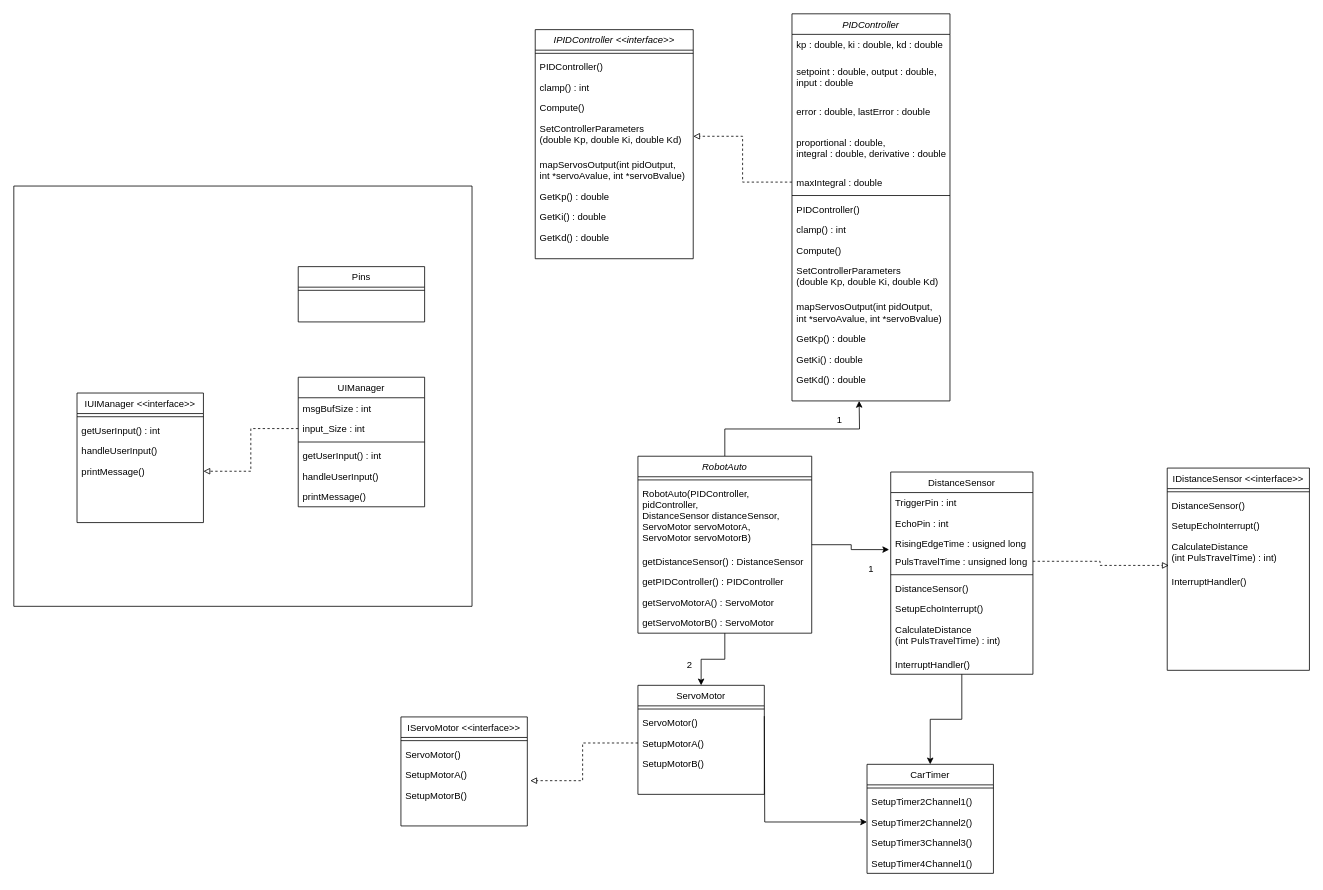
Above: Embedded systems/Closed loop challenge/Closed Loop abstractielaag klassendiagram.drawio in TiemonS/Tiemon-Steeghs-Semester-3-Repository (draw.io), before the change. Source tidied: cells renumbered, new cells numbered last; positions are measured from the earlier drawing's top-left corner, leaving out a move shared by most shapes. Both pictures are drawn from the tidied source at 79%, with x=0, y=0 at pixel (13, 13).
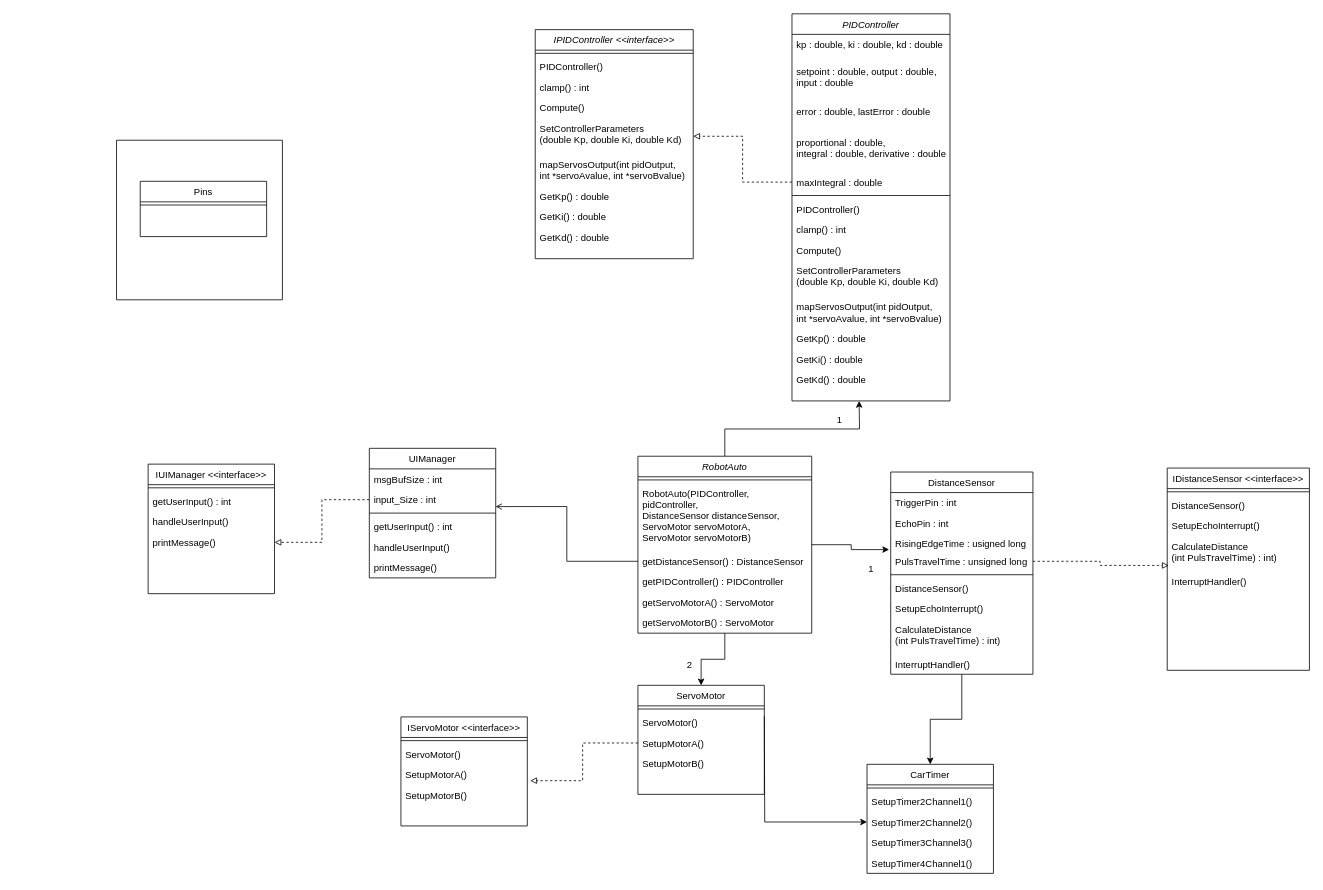
Above is the later version.

Unchanged cells that the change refers to:
```xml
<mxCell id="42" value="input_Size : int" style="text;align=left;verticalAlign=top;spacingLeft=4;spacingRight=4;overflow=hidden;points=[[0,0.5],[1,0.5]];portConstraint=eastwest;rounded=0;shadow=0;html=0;" parent="40" vertex="1">
  <mxGeometry y="52" width="160" height="26" as="geometry" />
</mxCell>
<mxCell id="54" value="getDistanceSensor() : DistanceSensor" style="text;align=left;verticalAlign=top;spacingLeft=4;spacingRight=4;overflow=hidden;points=[[0,0.5],[1,0.5]];portConstraint=eastwest;fontStyle=0;" parent="51" vertex="1">
  <mxGeometry y="120" width="220" height="26" as="geometry" />
</mxCell>
```

Change to the diagram source:
```diff
@@
     <mxCell id="40" value="UIManager" style="swimlane;fontStyle=0;align=center;verticalAlign=top;horizontal=1;startSize=26;rounded=0;shadow=0;strokeWidth=1;" parent="1" vertex="1">
-      <mxGeometry x="360" y="460" width="160" height="164" as="geometry" />
+      <mxGeometry x="450" y="550" width="160" height="164" as="geometry" />
     </mxCell>
@@
-    <mxCell id="47" value="Pins" style="swimlane;fontStyle=0;align=center;verticalAlign=top;horizontal=1;startSize=26;rounded=0;shadow=0;strokeWidth=1;" parent="1" vertex="1">
-      <mxGeometry x="360" y="320" width="160" height="70" as="geometry" />
-    </mxCell>
-    <mxCell id="48" style="line;html=1;strokeWidth=1;align=left;verticalAlign=middle;spacingTop=-1;spacingLeft=3;spacingRight=3;labelPosition=right;" parent="47" vertex="1">
-      <mxGeometry y="26" width="160" height="8" as="geometry" />
-    </mxCell>
@@
     <mxCell id="62" value="IUIManager &lt;&lt;interface&gt;&gt;" style="swimlane;fontStyle=0;align=center;verticalAlign=top;horizontal=1;startSize=26;rounded=0;shadow=0;strokeWidth=1;" parent="1" vertex="1">
-      <mxGeometry x="80" y="480" width="160" height="164" as="geometry" />
+      <mxGeometry x="170" y="570" width="160" height="164" as="geometry" />
     </mxCell>
@@
     <mxCell id="92" style="swimlane;startSize=0;" parent="1" vertex="1">
-      <mxGeometry y="218" width="580" height="532" as="geometry" />
+      <mxGeometry x="130" y="160" width="210" height="202" as="geometry" />
     </mxCell>
+    <mxCell id="47" value="Pins" style="swimlane;fontStyle=0;align=center;verticalAlign=top;horizontal=1;startSize=26;rounded=0;shadow=0;strokeWidth=1;" parent="92" vertex="1">
+      <mxGeometry x="30" y="52" width="160" height="70" as="geometry" />
+    </mxCell>
+    <mxCell id="48" style="line;html=1;strokeWidth=1;align=left;verticalAlign=middle;spacingTop=-1;spacingLeft=3;spacingRight=3;labelPosition=right;" parent="47" vertex="1">
+      <mxGeometry y="26" width="160" height="8" as="geometry" />
+    </mxCell>
+    <mxCell id="93" style="edgeStyle=orthogonalEdgeStyle;rounded=0;jettySize=auto;html=1;exitX=0;exitY=0.5;exitDx=0;exitDy=0;entryX=0.999;entryY=0.836;entryDx=0;entryDy=0;entryPerimeter=0;endArrow=open;endFill=0;" parent="1" edge="1" source="54" target="42">
+      <mxGeometry relative="1" as="geometry" />
+    </mxCell>
```
